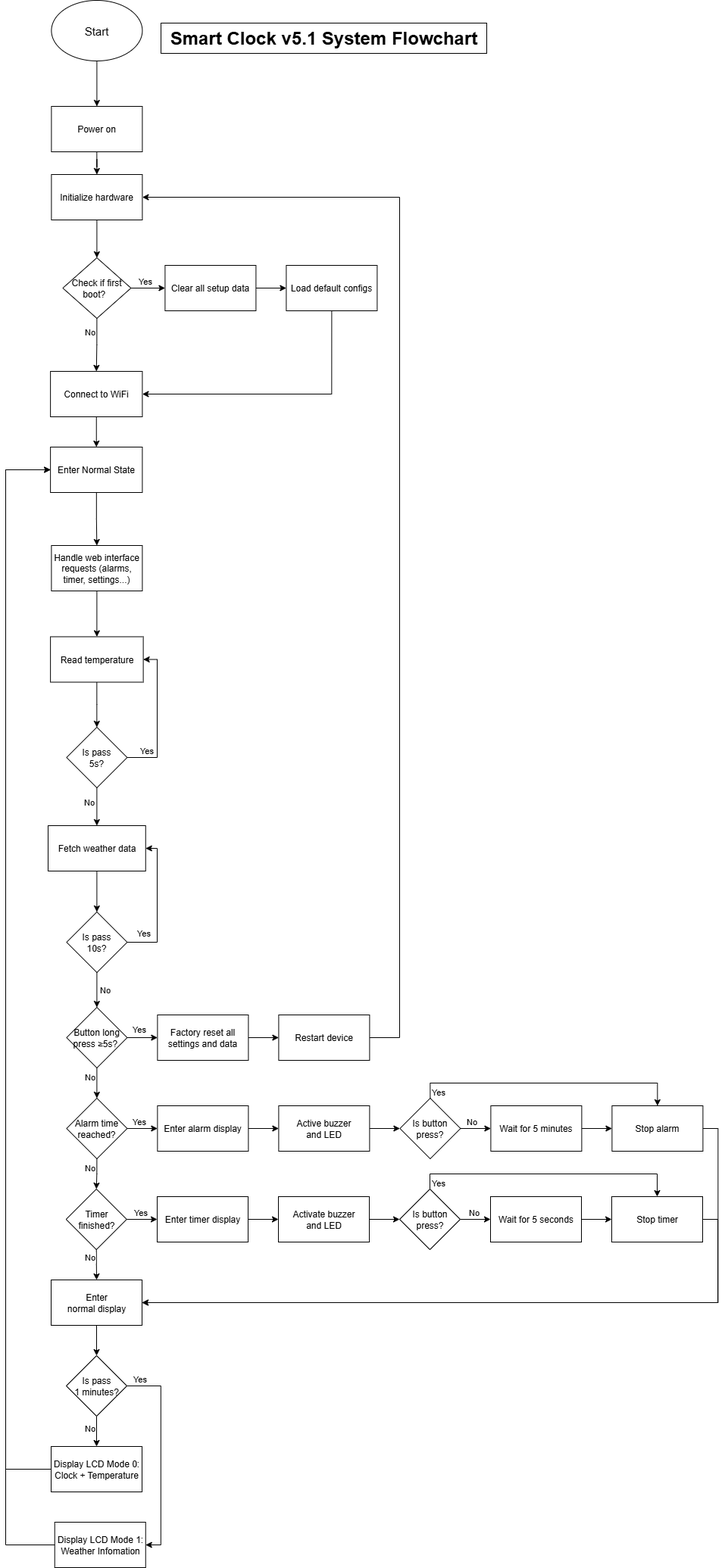
This is docs/flowchart.drawio.png from lgdlong/digital-clock-iot-g1, a draw.io export, as it was before one commit. Source tidied: cells renumbered, new cells last; positions are measured from the earlier drawing's top-left corner, leaving out a move shared by most shapes.
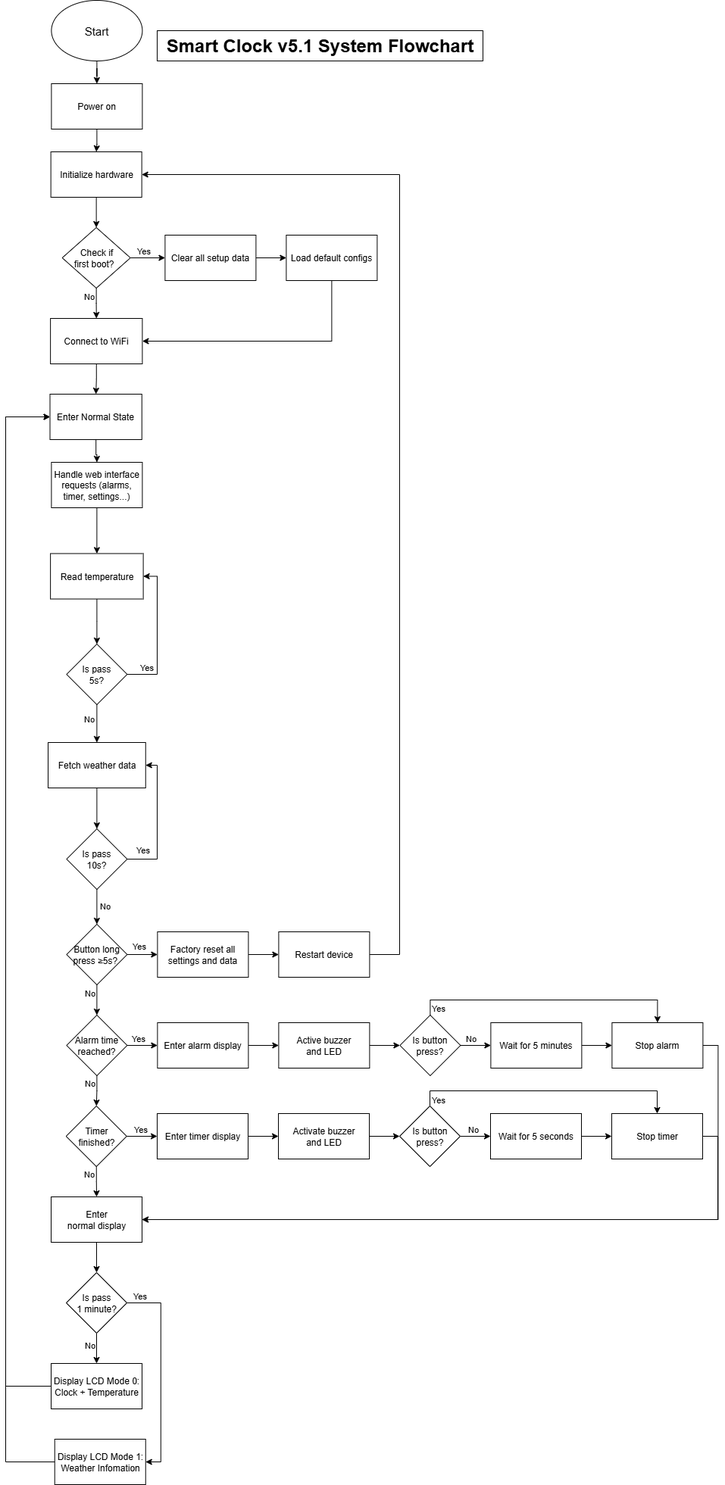
Later version of the same file.

Commit message:
Update flowchart diagram layout and enhance PNG image for clarity

The edit, as a diff of the source:
```diff
@@ -6,22 +6,22 @@
       <mxGeometry relative="1" as="geometry" />
     </mxCell>
     <mxCell id="3" value="&lt;font style=&quot;font-size: 15px;&quot;&gt;Start&lt;/font&gt;" style="ellipse;whiteSpace=wrap;html=1;strokeWidth=1;" parent="1" vertex="1">
-      <mxGeometry x="60.4" width="120" height="80" as="geometry" />
+      <mxGeometry x="60.4" y="110" width="120" height="80" as="geometry" />
     </mxCell>
     <mxCell id="4" value="&lt;font style=&quot;font-size: 24px;&quot;&gt;Smart Clock v5.1 System Flowchart&lt;/font&gt;" style="rounded=0;whiteSpace=wrap;html=1;fillColor=#FFFFFF;strokeColor=#000000;fontSize=16;fontStyle=1;" parent="1" vertex="1">
-      <mxGeometry x="205" y="30" width="430" height="40" as="geometry" />
+      <mxGeometry x="200" y="150" width="430" height="40" as="geometry" />
     </mxCell>
     <mxCell id="5" style="edgeStyle=orthogonalEdgeStyle;rounded=0;jettySize=auto;html=1;entryX=0.5;entryY=0;entryDx=0;entryDy=0;" parent="1" edge="1" source="6" target="15">
       <mxGeometry relative="1" as="geometry" />
     </mxCell>
     <mxCell id="6" value="Power on" style="rounded=0;whiteSpace=wrap;html=1;strokeWidth=1;" parent="1" vertex="1">
-      <mxGeometry x="60.4" y="140" width="120" height="60" as="geometry" />
+      <mxGeometry x="60.4" y="220" width="120" height="60" as="geometry" />
     </mxCell>
     <mxCell id="7" style="edgeStyle=orthogonalEdgeStyle;rounded=0;jettySize=auto;html=1;exitX=1;exitY=0.5;exitDx=0;exitDy=0;entryX=0;entryY=0.5;entryDx=0;entryDy=0;" parent="1" edge="1" source="8" target="19">
       <mxGeometry relative="1" as="geometry" />
     </mxCell>
     <mxCell id="8" value="Clear all setup data" style="rounded=0;whiteSpace=wrap;html=1;strokeWidth=1;" parent="1" vertex="1">
-      <mxGeometry x="210.4" y="350" width="120" height="60" as="geometry" />
+      <mxGeometry x="210.4" y="420" width="120" height="60" as="geometry" />
     </mxCell>
     <mxCell id="9" style="edgeStyle=orthogonalEdgeStyle;rounded=0;jettySize=auto;html=1;" parent="1" edge="1" source="13" target="8">
       <mxGeometry relative="1" as="geometry" />
@@ -39,32 +39,32 @@
         <mxPoint x="-10" y="1" as="offset" />
       </mxGeometry>
     </mxCell>
-    <mxCell id="13" value="&lt;div&gt;Check if first boot?&amp;nbsp;&amp;nbsp;&lt;/div&gt;" style="rhombus;whiteSpace=wrap;html=1;strokeWidth=1;" parent="1" vertex="1">
-      <mxGeometry x="75.4" y="340" width="90" height="80" as="geometry" />
+    <mxCell id="13" value="&lt;div&gt;Check if &lt;br&gt;first boot?&amp;nbsp;&amp;nbsp;&lt;/div&gt;" style="rhombus;whiteSpace=wrap;html=1;strokeWidth=1;" parent="1" vertex="1">
+      <mxGeometry x="74.6" y="410" width="90" height="80" as="geometry" />
     </mxCell>
     <mxCell id="14" style="edgeStyle=orthogonalEdgeStyle;rounded=0;jettySize=auto;html=1;exitX=0.5;exitY=1;exitDx=0;exitDy=0;entryX=0.5;entryY=0;entryDx=0;entryDy=0;" parent="1" edge="1" source="15" target="13">
       <mxGeometry relative="1" as="geometry" />
     </mxCell>
     <mxCell id="15" value="Initialize hardware" style="rounded=0;whiteSpace=wrap;html=1;strokeWidth=1;" parent="1" vertex="1">
-      <mxGeometry x="60.4" y="230" width="120" height="60" as="geometry" />
+      <mxGeometry x="59.6" y="310" width="120" height="60" as="geometry" />
     </mxCell>
     <mxCell id="16" style="edgeStyle=orthogonalEdgeStyle;rounded=0;jettySize=auto;html=1;exitX=0.5;exitY=1;exitDx=0;exitDy=0;entryX=0.5;entryY=0;entryDx=0;entryDy=0;" parent="1" edge="1" source="17" target="21">
       <mxGeometry relative="1" as="geometry" />
     </mxCell>
     <mxCell id="17" value="Connect to WiFi" style="rounded=0;whiteSpace=wrap;html=1;strokeWidth=1;" parent="1" vertex="1">
-      <mxGeometry x="59.1" y="490" width="121.3" height="60" as="geometry" />
+      <mxGeometry x="59.1" y="530" width="121.3" height="60" as="geometry" />
     </mxCell>
     <mxCell id="18" style="edgeStyle=orthogonalEdgeStyle;rounded=0;jettySize=auto;html=1;exitX=0.5;exitY=1;exitDx=0;exitDy=0;entryX=1;entryY=0.5;entryDx=0;entryDy=0;" parent="1" edge="1" source="19" target="17">
       <mxGeometry relative="1" as="geometry" />
     </mxCell>
     <mxCell id="19" value="Load default configs" style="rounded=0;whiteSpace=wrap;html=1;strokeWidth=1;" parent="1" vertex="1">
-      <mxGeometry x="370.4" y="350" width="120" height="60" as="geometry" />
+      <mxGeometry x="370.4" y="420" width="120" height="60" as="geometry" />
     </mxCell>
     <mxCell id="20" style="edgeStyle=orthogonalEdgeStyle;rounded=0;jettySize=auto;html=1;" parent="1" edge="1" source="21" target="27">
       <mxGeometry relative="1" as="geometry" />
     </mxCell>
     <mxCell id="21" value="Enter Normal State" style="rounded=0;whiteSpace=wrap;html=1;strokeWidth=1;" parent="1" vertex="1">
-      <mxGeometry x="59.1" y="590" width="121.3" height="60" as="geometry" />
+      <mxGeometry x="58.5" y="630" width="121.3" height="60" as="geometry" />
     </mxCell>
     <mxCell id="22" style="edgeStyle=orthogonalEdgeStyle;rounded=0;jettySize=auto;html=1;" parent="1" edge="1" source="23" target="88">
       <mxGeometry relative="1" as="geometry" />
@@ -102,7 +102,7 @@
       <mxGeometry relative="1" as="geometry">
         <Array as="points">
           <mxPoint x="520" y="1370" />
-          <mxPoint x="520" y="260" />
+          <mxPoint x="520" y="340" />
         </Array>
       </mxGeometry>
     </mxCell>
@@ -236,7 +236,7 @@
       <mxGeometry relative="1" as="geometry">
         <Array as="points">
           <mxPoint y="2040" />
-          <mxPoint y="620" />
+          <mxPoint y="660" />
         </Array>
       </mxGeometry>
     </mxCell>
@@ -350,7 +350,7 @@
       <mxGeometry relative="1" as="geometry">
         <Array as="points">
           <mxPoint y="1940" />
-          <mxPoint y="620" />
+          <mxPoint y="660" />
         </Array>
       </mxGeometry>
     </mxCell>
@@ -373,7 +373,7 @@
         <mxPoint x="-2" y="-7" as="offset" />
       </mxGeometry>
     </mxCell>
-    <mxCell id="98" value="Is pass &lt;br&gt;1 minutes?" style="rhombus;whiteSpace=wrap;html=1;" parent="1" vertex="1">
+    <mxCell id="98" value="Is pass &lt;br&gt;1 minute?" style="rhombus;whiteSpace=wrap;html=1;" parent="1" vertex="1">
       <mxGeometry x="80" y="1790" width="80" height="80" as="geometry" />
     </mxCell>
     <mxCell id="99" value="Display LCD Mode 1:&lt;br&gt;Weather Infomation" style="whiteSpace=wrap;html=1;" parent="1" vertex="1">
```
